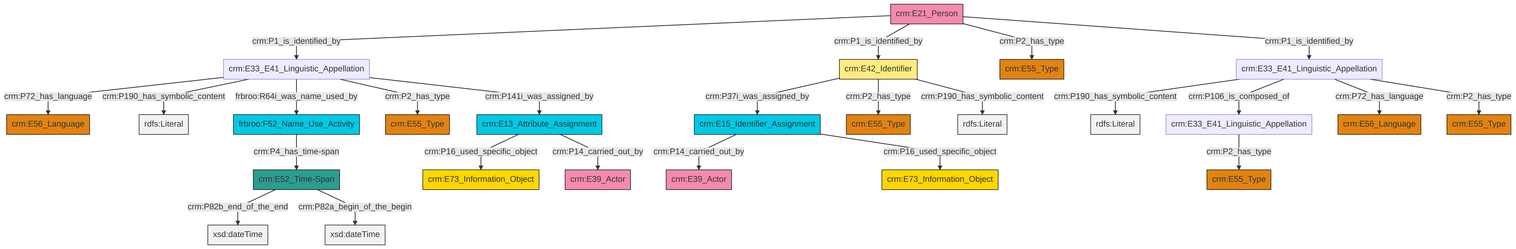
Above: et/personCSV/ttl/mmd/png/Person_Names_and_Classification.png in swiss-art-research-net/reference-data-models (Mermaid), before the change. Its source is kept beside it as et/personCSV/ttl/mmd/Person_Names_and_Classification.ttl.mmd.
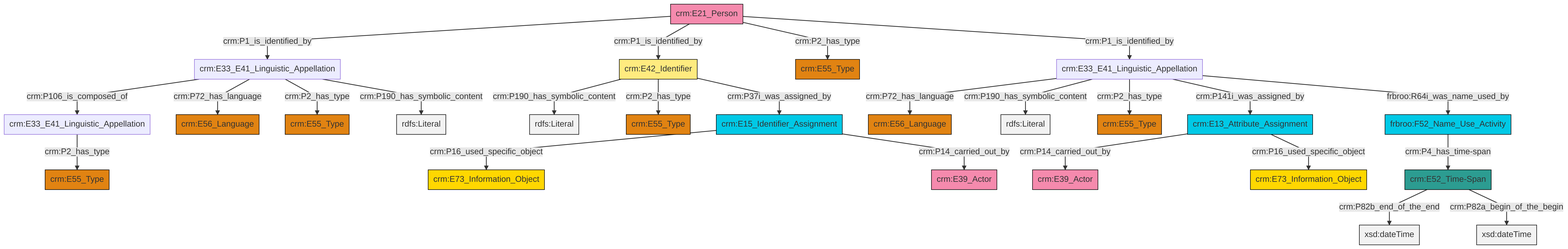
After the change.

Diff of the diagram source:
```diff
@@ -13,27 +13,27 @@
 classDef PC_Classes fill:#4ce600, stroke:#000000;
 classDef Multi fill:#cccccc,stroke:#000000;
 
-8["crm:E33_E41_Linguistic_Appellation"]:::Default -->|crm:P72_has_language| 9["crm:E56_Language"]:::Type
-10["crm:E33_E41_Linguistic_Appellation"]:::Default -->|crm:P190_has_symbolic_content| 11[rdfs:Literal]:::Literal
-13["crm:E42_Identifier"]:::Appellation -->|crm:P37i_was_assigned_by| 14["crm:E15_Identifier_Assignment"]:::Temporal_Entity
-13["crm:E42_Identifier"]:::Appellation -->|crm:P2_has_type| 15["crm:E55_Type"]:::Type
-10["crm:E33_E41_Linguistic_Appellation"]:::Default -->|crm:P106_is_composed_of| 17["crm:E33_E41_Linguistic_Appellation"]:::Default
-0["crm:E13_Attribute_Assignment"]:::Temporal_Entity -->|crm:P16_used_specific_object| 19["crm:E73_Information_Object"]:::Conceptual_Object
-8["crm:E33_E41_Linguistic_Appellation"]:::Default -->|crm:P190_has_symbolic_content| 20[rdfs:Literal]:::Literal
-21["frbroo:F52_Name_Use_Activity"]:::Temporal_Entity -->|crm:P4_has_time-span| 2["crm:E52_Time-Span"]:::Time-Span
-8["crm:E33_E41_Linguistic_Appellation"]:::Default -->|frbroo:R64i_was_name_used_by| 21["frbroo:F52_Name_Use_Activity"]:::Temporal_Entity
-13["crm:E42_Identifier"]:::Appellation -->|crm:P190_has_symbolic_content| 28[rdfs:Literal]:::Literal
-31["crm:E21_Person"]:::Actor -->|crm:P1_is_identified_by| 8["crm:E33_E41_Linguistic_Appellation"]:::Default
-10["crm:E33_E41_Linguistic_Appellation"]:::Default -->|crm:P72_has_language| 32["crm:E56_Language"]:::Type
-8["crm:E33_E41_Linguistic_Appellation"]:::Default -->|crm:P2_has_type| 4["crm:E55_Type"]:::Type
-10["crm:E33_E41_Linguistic_Appellation"]:::Default -->|crm:P2_has_type| 6["crm:E55_Type"]:::Type
-17["crm:E33_E41_Linguistic_Appellation"]:::Default -->|crm:P2_has_type| 22["crm:E55_Type"]:::Type
-14["crm:E15_Identifier_Assignment"]:::Temporal_Entity -->|crm:P14_carried_out_by| 38["crm:E39_Actor"]:::Actor
-2["crm:E52_Time-Span"]:::Time-Span -->|crm:P82b_end_of_the_end| 39[xsd:dateTime]:::Literal
-0["crm:E13_Attribute_Assignment"]:::Temporal_Entity -->|crm:P14_carried_out_by| 34["crm:E39_Actor"]:::Actor
-31["crm:E21_Person"]:::Actor -->|crm:P1_is_identified_by| 13["crm:E42_Identifier"]:::Appellation
-14["crm:E15_Identifier_Assignment"]:::Temporal_Entity -->|crm:P16_used_specific_object| 29["crm:E73_Information_Object"]:::Conceptual_Object
-31["crm:E21_Person"]:::Actor -->|crm:P2_has_type| 25["crm:E55_Type"]:::Type
-2["crm:E52_Time-Span"]:::Time-Span -->|crm:P82a_begin_of_the_begin| 45[xsd:dateTime]:::Literal
-31["crm:E21_Person"]:::Actor -->|crm:P1_is_identified_by| 10["crm:E33_E41_Linguistic_Appellation"]:::Default
-8["crm:E33_E41_Linguistic_Appellation"]:::Default -->|crm:P141i_was_assigned_by| 0["crm:E13_Attribute_Assignment"]:::Temporal_Entity
+0["frbroo:F52_Name_Use_Activity"]:::Temporal_Entity -->|crm:P4_has_time-span| 1["crm:E52_Time-Span"]:::Time-Span
+5["crm:E33_E41_Linguistic_Appellation"]:::Default -->|crm:P72_has_language| 6["crm:E56_Language"]:::Type
+12["crm:E21_Person"]:::Actor -->|crm:P1_is_identified_by| 13["crm:E33_E41_Linguistic_Appellation"]:::Default
+13["crm:E33_E41_Linguistic_Appellation"]:::Default -->|crm:P106_is_composed_of| 7["crm:E33_E41_Linguistic_Appellation"]:::Default
+1["crm:E52_Time-Span"]:::Time-Span -->|crm:P82b_end_of_the_end| 14[xsd:dateTime]:::Literal
+5["crm:E33_E41_Linguistic_Appellation"]:::Default -->|crm:P190_has_symbolic_content| 17[rdfs:Literal]:::Literal
+13["crm:E33_E41_Linguistic_Appellation"]:::Default -->|crm:P72_has_language| 15["crm:E56_Language"]:::Type
+7["crm:E33_E41_Linguistic_Appellation"]:::Default -->|crm:P2_has_type| 19["crm:E55_Type"]:::Type
+12["crm:E21_Person"]:::Actor -->|crm:P1_is_identified_by| 22["crm:E42_Identifier"]:::Appellation
+23["crm:E15_Identifier_Assignment"]:::Temporal_Entity -->|crm:P16_used_specific_object| 24["crm:E73_Information_Object"]:::Conceptual_Object
+13["crm:E33_E41_Linguistic_Appellation"]:::Default -->|crm:P2_has_type| 2["crm:E55_Type"]:::Type
+13["crm:E33_E41_Linguistic_Appellation"]:::Default -->|crm:P190_has_symbolic_content| 29[rdfs:Literal]:::Literal
+5["crm:E33_E41_Linguistic_Appellation"]:::Default -->|crm:P2_has_type| 20["crm:E55_Type"]:::Type
+22["crm:E42_Identifier"]:::Appellation -->|crm:P190_has_symbolic_content| 34[rdfs:Literal]:::Literal
+22["crm:E42_Identifier"]:::Appellation -->|crm:P2_has_type| 30["crm:E55_Type"]:::Type
+38["crm:E13_Attribute_Assignment"]:::Temporal_Entity -->|crm:P14_carried_out_by| 36["crm:E39_Actor"]:::Actor
+12["crm:E21_Person"]:::Actor -->|crm:P2_has_type| 9["crm:E55_Type"]:::Type
+23["crm:E15_Identifier_Assignment"]:::Temporal_Entity -->|crm:P14_carried_out_by| 25["crm:E39_Actor"]:::Actor
+5["crm:E33_E41_Linguistic_Appellation"]:::Default -->|crm:P141i_was_assigned_by| 38["crm:E13_Attribute_Assignment"]:::Temporal_Entity
+38["crm:E13_Attribute_Assignment"]:::Temporal_Entity -->|crm:P16_used_specific_object| 42["crm:E73_Information_Object"]:::Conceptual_Object
+5["crm:E33_E41_Linguistic_Appellation"]:::Default -->|frbroo:R64i_was_name_used_by| 0["frbroo:F52_Name_Use_Activity"]:::Temporal_Entity
+22["crm:E42_Identifier"]:::Appellation -->|crm:P37i_was_assigned_by| 23["crm:E15_Identifier_Assignment"]:::Temporal_Entity
+1["crm:E52_Time-Span"]:::Time-Span -->|crm:P82a_begin_of_the_begin| 46[xsd:dateTime]:::Literal
+12["crm:E21_Person"]:::Actor -->|crm:P1_is_identified_by| 5["crm:E33_E41_Linguistic_Appellation"]:::Default
```
